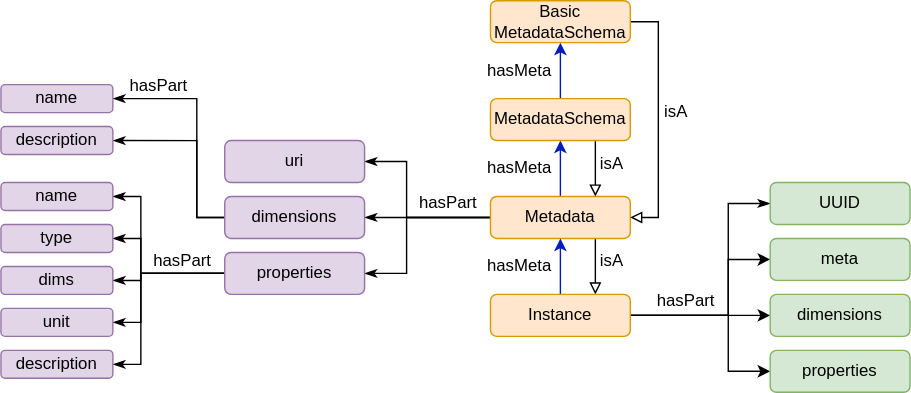
The draw.io diagram doc/_static/datamodel.svg in SINTEF/dlite, before a commit. Source tidied: cells renumbered, new cells last; positions are measured from the earlier drawing's top-left corner, leaving out a move shared by most shapes.
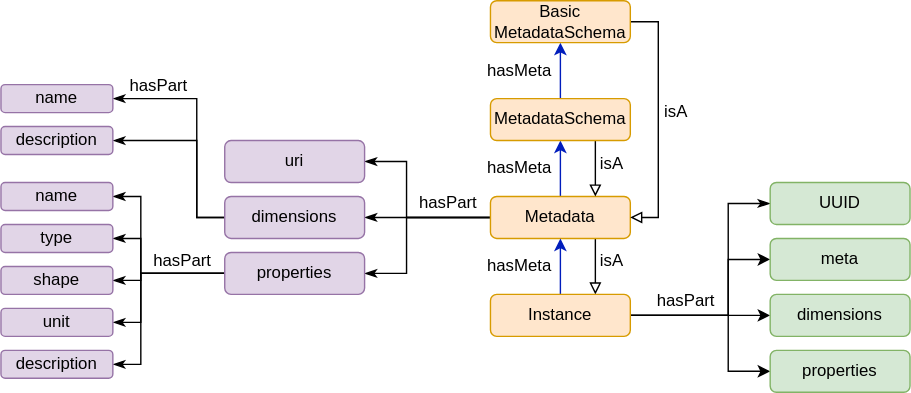
Later version of the same file.

What changed in the source:
```diff
@@ -155,7 +155,7 @@
     <mxCell id="32" value="type" style="rounded=1;whiteSpace=wrap;html=1;fillColor=#e1d5e7;strokeColor=#9673a6;" parent="1" vertex="1">
       <mxGeometry y="160" width="80" height="20" as="geometry" />
     </mxCell>
-    <mxCell id="33" value="dims" style="rounded=1;whiteSpace=wrap;html=1;fillColor=#e1d5e7;strokeColor=#9673a6;" parent="1" vertex="1">
+    <mxCell id="33" value="shape" style="rounded=1;whiteSpace=wrap;html=1;fillColor=#e1d5e7;strokeColor=#9673a6;" parent="1" vertex="1">
       <mxGeometry y="190" width="80" height="20" as="geometry" />
     </mxCell>
     <mxCell id="34" value="unit" style="rounded=1;whiteSpace=wrap;html=1;fillColor=#e1d5e7;strokeColor=#9673a6;" parent="1" vertex="1">
```
